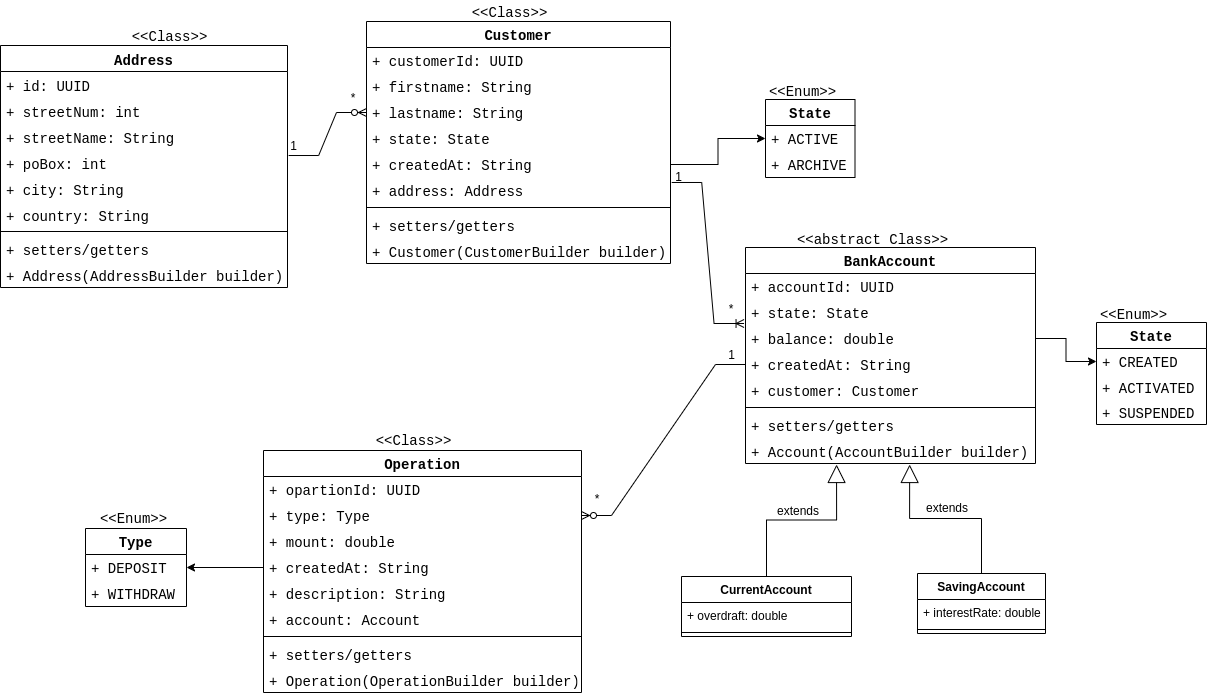
Above: assets/exalt-bank-account-conception.png in placidenduwayo1/exalt-kata-fullstak-bank-account-application (draw.io), before the change. Source tidied: cells renumbered, new cells last; positions are measured from the earlier drawing's top-left corner, leaving out a move shared by most shapes.
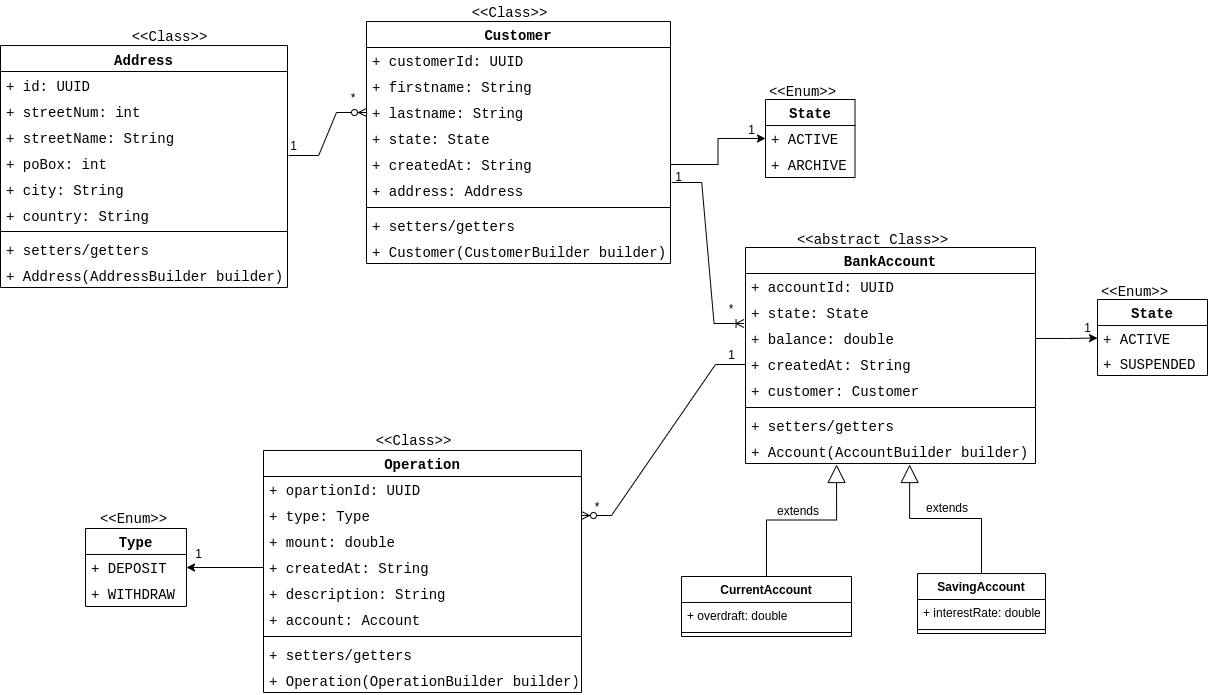
After the commit.

Commit message:
implement suspend account feature

What changed in the source:
```diff
@@ -195,21 +195,18 @@
       <mxGeometry relative="1" as="geometry" />
     </mxCell>
     <mxCell id="66" value="State" style="swimlane;fontStyle=1;align=center;verticalAlign=top;horizontal=1;startSize=26;whiteSpace=wrap;html=1;fontSize=14;fontFamily=Courier New;" parent="1" vertex="1">
-      <mxGeometry x="1096" y="322" width="110" height="102" as="geometry" />
+      <mxGeometry x="1097" y="299" width="110" height="76" as="geometry" />
     </mxCell>
-    <mxCell id="67" value="+ CREATED" style="text;strokeColor=none;fillColor=none;align=left;verticalAlign=top;spacingLeft=4;spacingRight=4;overflow=hidden;points=[[0,0.5],[1,0.5]];portConstraint=eastwest;whiteSpace=wrap;html=1;fontSize=14;fontFamily=Courier New;" parent="66" vertex="1">
-      <mxGeometry y="26" width="110" height="26" as="geometry" />
-    </mxCell>
-    <mxCell id="68" value="+ ACTIVATED" style="text;strokeColor=none;fillColor=none;align=left;verticalAlign=top;spacingLeft=4;spacingRight=4;overflow=hidden;points=[[0,0.5],[1,0.5]];portConstraint=eastwest;whiteSpace=wrap;html=1;fontSize=14;fontFamily=Courier New;" parent="66" vertex="1">
-      <mxGeometry y="52" width="110" height="25" as="geometry" />
+    <mxCell id="68" value="+ ACTIVE" style="text;strokeColor=none;fillColor=none;align=left;verticalAlign=top;spacingLeft=4;spacingRight=4;overflow=hidden;points=[[0,0.5],[1,0.5]];portConstraint=eastwest;whiteSpace=wrap;html=1;fontSize=14;fontFamily=Courier New;" parent="66" vertex="1">
+      <mxGeometry y="26" width="110" height="25" as="geometry" />
     </mxCell>
     <mxCell id="69" value="+ SUSPENDED" style="text;strokeColor=none;fillColor=none;align=left;verticalAlign=top;spacingLeft=4;spacingRight=4;overflow=hidden;whiteSpace=wrap;html=1;fontSize=14;fontFamily=Courier New;" parent="66" vertex="1">
-      <mxGeometry y="77" width="110" height="25" as="geometry" />
+      <mxGeometry y="51" width="110" height="25" as="geometry" />
     </mxCell>
     <mxCell id="70" value="&amp;lt;&amp;lt;Enum&amp;gt;&amp;gt;" style="text;align=center;fontStyle=0;verticalAlign=middle;spacingLeft=3;spacingRight=3;strokeColor=none;html=1;fontSize=14;fontFamily=Courier New;" parent="1" vertex="1">
-      <mxGeometry x="1093" y="303" width="80" height="23" as="geometry" />
+      <mxGeometry x="1094" y="280" width="80" height="23" as="geometry" />
     </mxCell>
-    <mxCell id="71" style="edgeStyle=orthogonalEdgeStyle;rounded=0;jettySize=auto;html=1;exitX=1;exitY=0.5;exitDx=0;exitDy=0;entryX=0;entryY=0.5;entryDx=0;entryDy=0;" parent="1" edge="1" source="27" target="67">
+    <mxCell id="71" style="edgeStyle=orthogonalEdgeStyle;rounded=0;jettySize=auto;html=1;exitX=1;exitY=0.5;exitDx=0;exitDy=0;entryX=0;entryY=0.5;entryDx=0;entryDy=0;" parent="1" edge="1" source="27" target="68">
       <mxGeometry relative="1" as="geometry" />
     </mxCell>
     <mxCell id="72" value="*" style="text;html=1;align=center;verticalAlign=middle;whiteSpace=wrap;rounded=0;" parent="1" vertex="1">
@@ -225,7 +222,7 @@
       <mxGeometry x="668" y="166" width="21" height="21" as="geometry" />
     </mxCell>
     <mxCell id="76" value="*" style="text;html=1;align=center;verticalAlign=middle;whiteSpace=wrap;rounded=0;" parent="1" vertex="1">
-      <mxGeometry x="590" y="493" width="14" height="11" as="geometry" />
+      <mxGeometry x="590" y="501" width="14" height="11" as="geometry" />
     </mxCell>
     <mxCell id="77" value="1" style="text;html=1;align=center;verticalAlign=middle;whiteSpace=wrap;rounded=0;" parent="1" vertex="1">
       <mxGeometry x="720.5" y="344.5" width="21" height="21" as="geometry" />
@@ -236,5 +233,14 @@
     <mxCell id="79" value="extends" style="text;html=1;align=center;verticalAlign=middle;whiteSpace=wrap;rounded=0;" parent="1" vertex="1">
       <mxGeometry x="917" y="493" width="60" height="30" as="geometry" />
     </mxCell>
+    <mxCell id="80" value="1" style="text;html=1;align=center;verticalAlign=middle;whiteSpace=wrap;rounded=0;" parent="1" vertex="1">
+      <mxGeometry x="1077" y="317" width="21" height="21" as="geometry" />
+    </mxCell>
+    <mxCell id="81" value="1" style="text;html=1;align=center;verticalAlign=middle;whiteSpace=wrap;rounded=0;" parent="1" vertex="1">
+      <mxGeometry x="741" y="119" width="21" height="21" as="geometry" />
+    </mxCell>
+    <mxCell id="82" value="1" style="text;html=1;align=center;verticalAlign=middle;whiteSpace=wrap;rounded=0;" parent="1" vertex="1">
+      <mxGeometry x="188" y="543" width="21" height="21" as="geometry" />
+    </mxCell>
   </root>
 </mxGraphModel>
```
